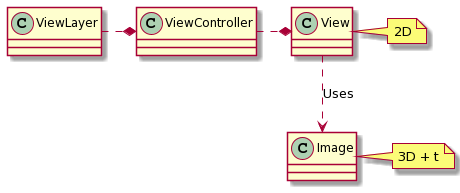
The PlantUML diagram resources/doc/img/classes-layers-view.png in ivmartel/dwv, before a commit.
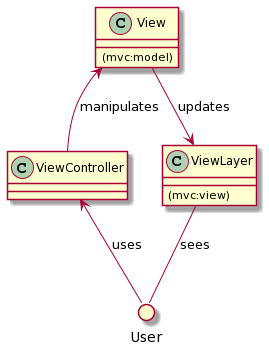
After the change.

What changed in the source:
```diff
@@ -1,18 +1,16 @@
 @startuml
-class Image
-class View
+class View {
+  (mvc:model)
+}
+class ViewLayer {
+  (mvc:view)
+}
 class ViewController
-class ViewLayer
 
-note right of Image
-  3D + t
-end note
+circle User
 
-note right of View
-  2D
-end note
-
-View ..> Image: Uses
-ViewController .* View
-ViewLayer .* ViewController
+View --> ViewLayer: updates
+ViewLayer -- User: sees
+User -up-> ViewController: uses
+ViewController -up-> View: manipulates
 @enduml
```
